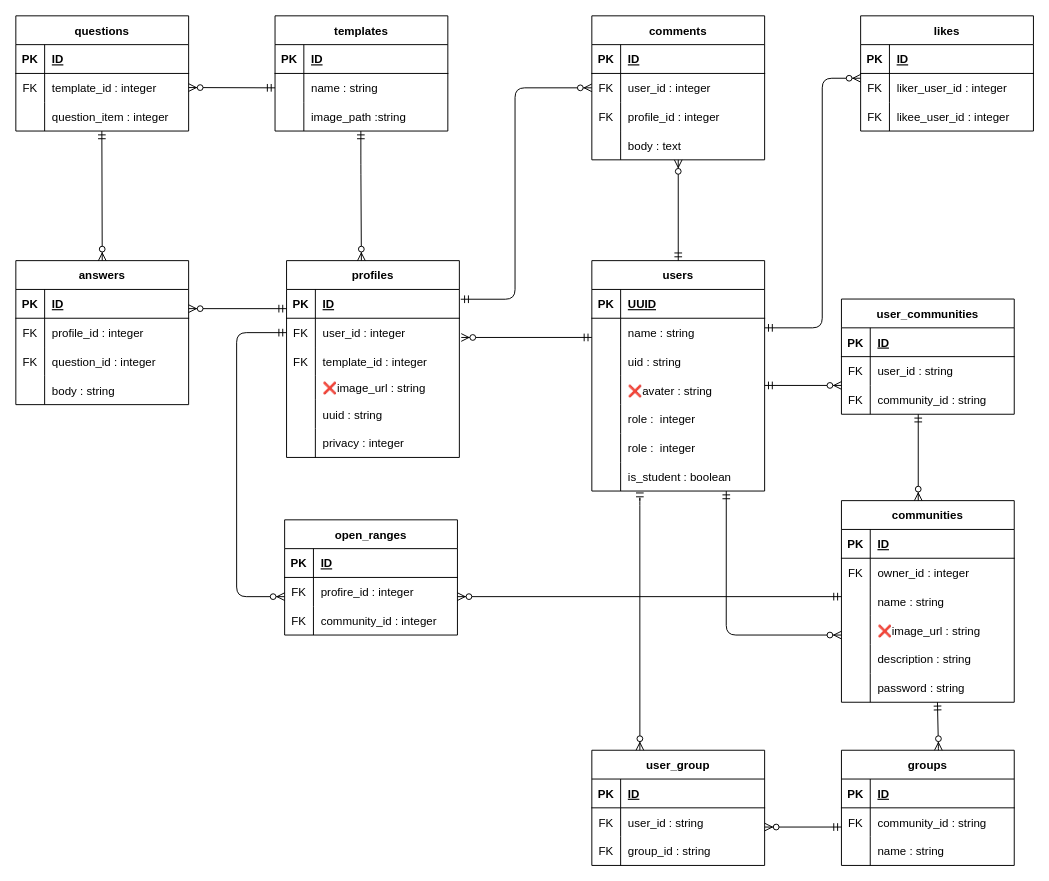
Before: kadai/ER_ver2.drawio in mitsu30/Read_me_backend, a draw.io diagram. Source tidied: cells renumbered, new cells numbered last; positions are measured from the earlier drawing's top-left corner, leaving out a move shared by most shapes. Both pictures are drawn from the tidied source at 96%, with x=0, y=0 at pixel (15, 15).
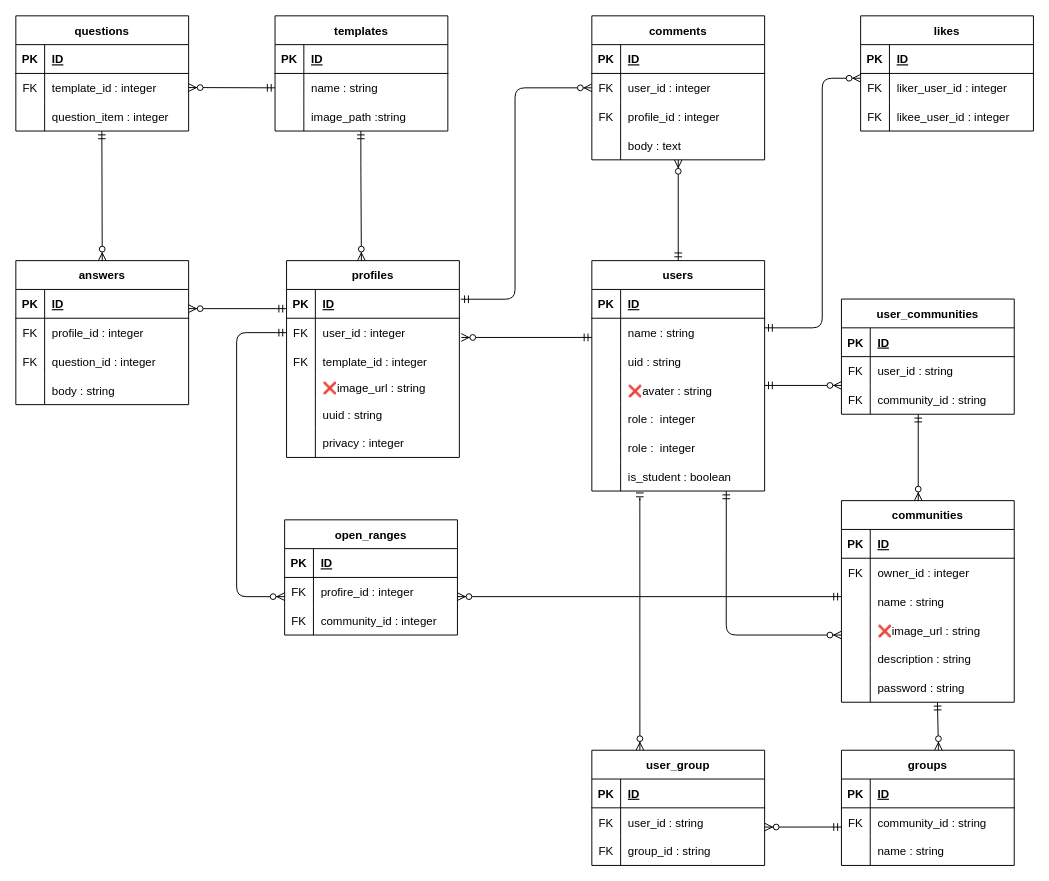
The same diagram, later.

Unchanged cells that the change refers to:
```xml
<mxCell id="3" style="shape=tableRow;horizontal=0;startSize=0;swimlaneHead=0;swimlaneBody=0;fillColor=none;top=0;left=0;right=0;bottom=1;" parent="2" vertex="1">
  <mxGeometry y="30" width="180" height="30" as="geometry" />
</mxCell>
```

What changed in the source:
```diff
@@
-    <mxCell id="5" value="UUID" style="shape=partialRectangle;fillColor=none;top=0;left=0;bottom=0;right=0;align=left;spacingLeft=6;fontStyle=5;overflow=hidden;" parent="3" vertex="1">
+    <mxCell id="5" value="ID" style="shape=partialRectangle;fillColor=none;top=0;left=0;bottom=0;right=0;align=left;spacingLeft=6;fontStyle=5;overflow=hidden;" parent="3" vertex="1">
       <mxGeometry x="30" width="150" height="30" as="geometry" />
     </mxCell>
```
